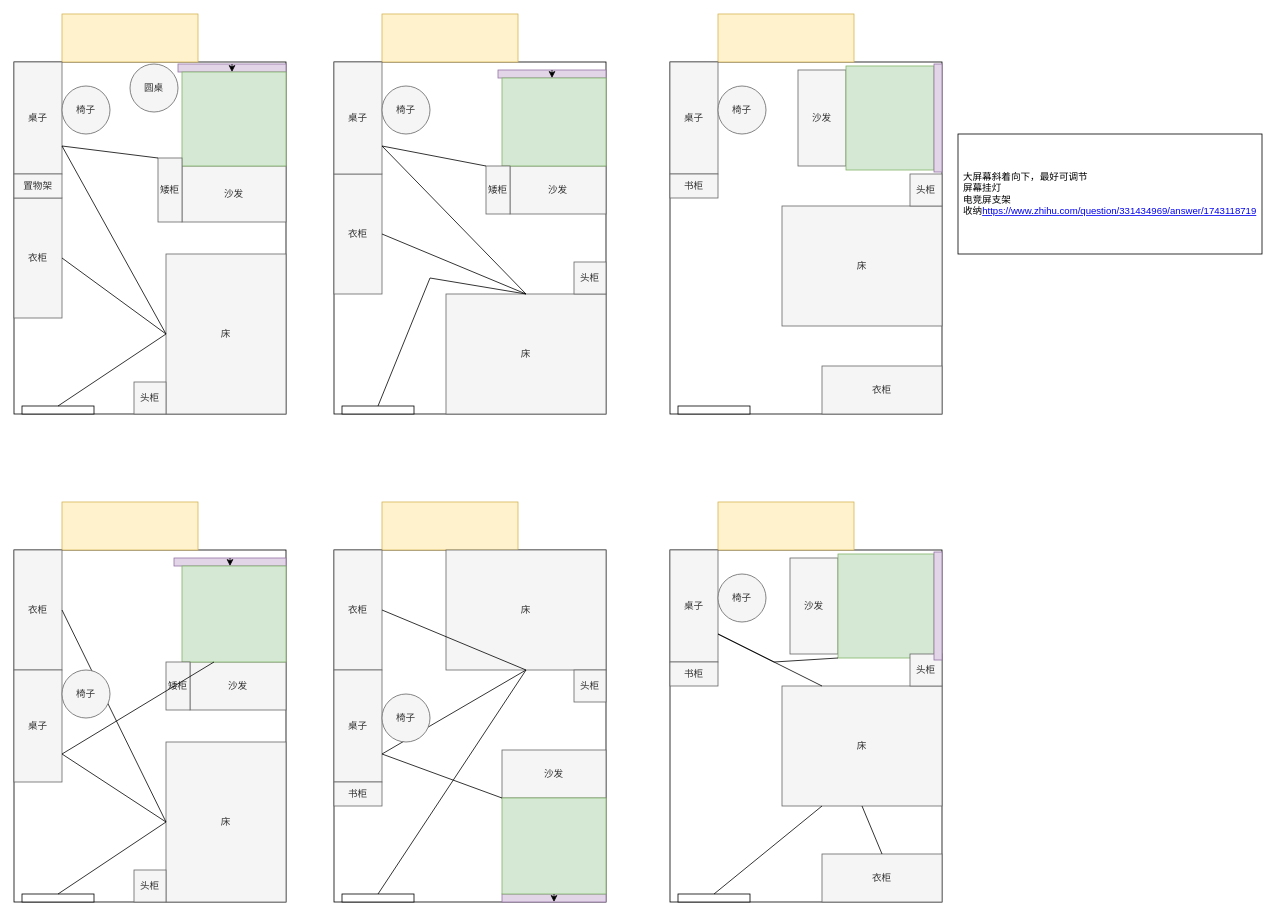
Earlier version of the draw.io diagram Untitled Diagram.drawio (Rightglow/easy_timer). Source tidied: cells renumbered, new cells numbered last; positions are measured from the earlier drawing's top-left corner, leaving out a move shared by most shapes. Both pictures are drawn from the tidied source at 80%, with x=0, y=0 at pixel (14, 14).
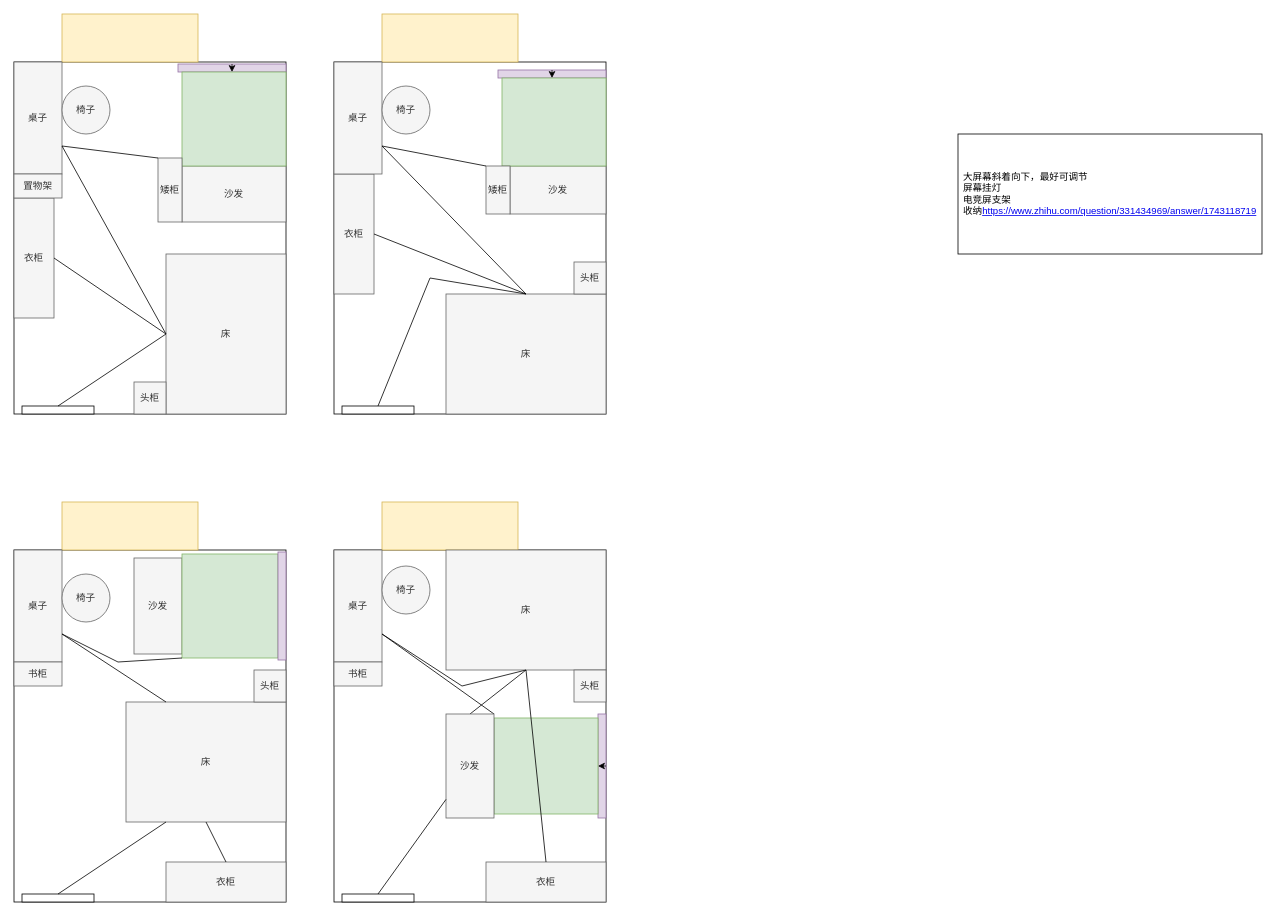
The same diagram, later.

The change refers to these unchanged cells:
```xml
<mxCell id="57" style="rounded=0;whiteSpace=wrap;html=1;" parent="1" vertex="1">
  <mxGeometry x="410" y="1100" width="90" height="10" as="geometry" />
</mxCell>
```

Change to the diagram source:
```diff
@@
     <mxCell id="4" value="衣柜" style="rounded=0;whiteSpace=wrap;html=1;fillColor=#f5f5f5;fontColor=#333333;strokeColor=#666666;direction=west;" parent="1" vertex="1">
-      <mxGeometry y="230" width="60" height="150" as="geometry" />
+      <mxGeometry y="230" width="50" height="150" as="geometry" />
     </mxCell>
@@
     <mxCell id="21" value="衣柜" style="rounded=0;whiteSpace=wrap;html=1;fillColor=#f5f5f5;fontColor=#333333;strokeColor=#666666;direction=west;" parent="1" vertex="1">
-      <mxGeometry x="400" y="200" width="60" height="150" as="geometry" />
+      <mxGeometry x="400" y="200" width="50" height="150" as="geometry" />
     </mxCell>
@@
-    <mxCell id="36" style="rounded=0;whiteSpace=wrap;html=1;" parent="1" vertex="1">
-      <mxGeometry y="670" width="340" height="440" as="geometry" />
-    </mxCell>
-    <mxCell id="37" style="rounded=0;whiteSpace=wrap;html=1;fillColor=#fff2cc;strokeColor=#d6b656;" parent="1" vertex="1">
-      <mxGeometry x="60" y="610" width="170" height="60" as="geometry" />
-    </mxCell>
-    <mxCell id="38" value="衣柜" style="rounded=0;whiteSpace=wrap;html=1;fillColor=#f5f5f5;fontColor=#333333;strokeColor=#666666;direction=west;" parent="1" vertex="1">
-      <mxGeometry y="670" width="60" height="150" as="geometry" />
-    </mxCell>
-    <mxCell id="39" value="床" style="rounded=0;whiteSpace=wrap;html=1;fillColor=#f5f5f5;fontColor=#333333;strokeColor=#666666;direction=north;" parent="1" vertex="1">
-      <mxGeometry x="190" y="910" width="150" height="200" as="geometry" />
-    </mxCell>
-    <mxCell id="40" style="rounded=0;whiteSpace=wrap;html=1;" parent="1" vertex="1">
-      <mxGeometry x="10" y="1100" width="90" height="10" as="geometry" />
-    </mxCell>
-    <mxCell id="41" value="桌子" style="rounded=0;whiteSpace=wrap;html=1;fillColor=#f5f5f5;fontColor=#333333;strokeColor=#666666;direction=south;" parent="1" vertex="1">
-      <mxGeometry y="820" width="60" height="140" as="geometry" />
-    </mxCell>
-    <mxCell id="42" value="头柜" style="rounded=0;whiteSpace=wrap;html=1;fillColor=#f5f5f5;fontColor=#333333;strokeColor=#666666;" parent="1" vertex="1">
-      <mxGeometry x="150" y="1070" width="40" height="40" as="geometry" />
-    </mxCell>
-    <mxCell id="43" style="rounded=0;whiteSpace=wrap;html=1;fillColor=#e1d5e7;strokeColor=#9673a6;direction=north;" parent="1" vertex="1">
-      <mxGeometry x="200" y="680" width="140" height="10" as="geometry" />
-    </mxCell>
-    <mxCell id="44" value="沙发" style="rounded=0;whiteSpace=wrap;html=1;fillColor=#f5f5f5;fontColor=#333333;strokeColor=#666666;direction=south;" parent="1" vertex="1">
-      <mxGeometry x="220" y="810" width="120" height="60" as="geometry" />
-    </mxCell>
-    <mxCell id="45" style="rounded=0;whiteSpace=wrap;html=1;fillColor=#d5e8d4;strokeColor=#82b366;" parent="1" vertex="1">
-      <mxGeometry x="210" y="690" width="130" height="120" as="geometry" />
-    </mxCell>
-    <mxCell id="46" style="edgeStyle=orthogonalEdgeStyle;rounded=0;orthogonalLoop=1;jettySize=auto;html=1;exitX=1;exitY=0.5;exitDx=0;exitDy=0;entryX=0;entryY=0.5;entryDx=0;entryDy=0;" parent="1" edge="1" source="43" target="43">
-      <mxGeometry relative="1" as="geometry" />
-    </mxCell>
-    <mxCell id="47" style="endArrow=none;html=1;rounded=0;entryX=0.5;entryY=0;entryDx=0;entryDy=0;exitX=0.5;exitY=0;exitDx=0;exitDy=0;" parent="1" edge="1" source="40" target="39">
-      <mxGeometry relative="1" as="geometry" />
-    </mxCell>
-    <mxCell id="48" style="endArrow=none;html=1;rounded=0;exitX=0;exitY=0.5;exitDx=0;exitDy=0;entryX=0.5;entryY=0;entryDx=0;entryDy=0;" parent="1" edge="1" source="38" target="39">
-      <mxGeometry relative="1" as="geometry" />
-    </mxCell>
-    <mxCell id="49" style="endArrow=none;html=1;rounded=0;exitX=0.75;exitY=0;exitDx=0;exitDy=0;entryX=0.5;entryY=0;entryDx=0;entryDy=0;" parent="1" edge="1" source="41" target="39">
-      <mxGeometry relative="1" as="geometry" />
-    </mxCell>
-    <mxCell id="50" value="椅子" style="ellipse;whiteSpace=wrap;html=1;fillColor=#f5f5f5;fontColor=#333333;strokeColor=#666666;" parent="1" vertex="1">
-      <mxGeometry x="60" y="820" width="60" height="60" as="geometry" />
-    </mxCell>
-    <mxCell id="51" value="矮柜" style="rounded=0;whiteSpace=wrap;html=1;fillColor=#f5f5f5;fontColor=#333333;strokeColor=#666666;direction=south;" parent="1" vertex="1">
-      <mxGeometry x="190" y="810" width="30" height="60" as="geometry" />
-    </mxCell>
-    <mxCell id="52" style="endArrow=none;html=1;rounded=0;exitX=0.75;exitY=0;exitDx=0;exitDy=0;entryX=0;entryY=0.75;entryDx=0;entryDy=0;" parent="1" edge="1" source="41" target="44">
-      <mxGeometry relative="1" as="geometry" />
-    </mxCell>
@@
-    <mxCell id="55" value="衣柜" style="rounded=0;whiteSpace=wrap;html=1;fillColor=#f5f5f5;fontColor=#333333;strokeColor=#666666;direction=west;" parent="1" vertex="1">
-      <mxGeometry x="400" y="670" width="60" height="150" as="geometry" />
+    <mxCell id="55" value="衣柜" style="rounded=0;whiteSpace=wrap;html=1;fillColor=#f5f5f5;fontColor=#333333;strokeColor=#666666;direction=south;" parent="1" vertex="1">
+      <mxGeometry x="590" y="1060" width="150" height="50" as="geometry" />
     </mxCell>
@@
     <mxCell id="58" value="桌子" style="rounded=0;whiteSpace=wrap;html=1;fillColor=#f5f5f5;fontColor=#333333;strokeColor=#666666;direction=south;" parent="1" vertex="1">
-      <mxGeometry x="400" y="820" width="60" height="140" as="geometry" />
+      <mxGeometry x="400" y="670" width="60" height="140" as="geometry" />
     </mxCell>
@@
-    <mxCell id="60" style="rounded=0;whiteSpace=wrap;html=1;fillColor=#e1d5e7;strokeColor=#9673a6;direction=north;" parent="1" vertex="1">
-      <mxGeometry x="610" y="1100" width="130" height="10" as="geometry" />
+    <mxCell id="60" style="rounded=0;whiteSpace=wrap;html=1;fillColor=#e1d5e7;strokeColor=#9673a6;direction=east;" parent="1" vertex="1">
+      <mxGeometry x="730" y="875" width="10" height="130" as="geometry" />
     </mxCell>
-    <mxCell id="61" value="沙发" style="rounded=0;whiteSpace=wrap;html=1;fillColor=#f5f5f5;fontColor=#333333;strokeColor=#666666;direction=south;" parent="1" vertex="1">
-      <mxGeometry x="610" y="920" width="130" height="60" as="geometry" />
-    </mxCell>
     <mxCell id="62" style="rounded=0;whiteSpace=wrap;html=1;fillColor=#d5e8d4;strokeColor=#82b366;" parent="1" vertex="1">
-      <mxGeometry x="610" y="980" width="130" height="120" as="geometry" />
+      <mxGeometry x="600" y="880" width="130" height="120" as="geometry" />
     </mxCell>
@@
-    <mxCell id="64" style="endArrow=none;html=1;rounded=0;exitX=0.5;exitY=0;exitDx=0;exitDy=0;" parent="1" edge="1" source="57">
+    <mxCell id="64" style="endArrow=none;html=1;rounded=0;exitX=0.5;exitY=0;exitDx=0;exitDy=0;startArrow=none;" parent="1" edge="1" source="61">
       <mxGeometry relative="1" as="geometry">
         <mxPoint x="640" y="820" as="targetPoint" />
       </mxGeometry>
     </mxCell>
@@
     <mxCell id="66" style="endArrow=none;html=1;rounded=0;exitX=0.75;exitY=0;exitDx=0;exitDy=0;" parent="1" edge="1" source="58">
       <mxGeometry relative="1" as="geometry">
         <mxPoint x="640" y="820" as="targetPoint" />
+        <Array as="points">
+          <mxPoint x="560" y="840" />
+        </Array>
       </mxGeometry>
     </mxCell>
     <mxCell id="67" value="椅子" style="ellipse;whiteSpace=wrap;html=1;fillColor=#f5f5f5;fontColor=#333333;strokeColor=#666666;" parent="1" vertex="1">
-      <mxGeometry x="460" y="850" width="60" height="60" as="geometry" />
+      <mxGeometry x="460" y="690" width="60" height="60" as="geometry" />
     </mxCell>
     <mxCell id="68" value="书柜" style="rounded=0;whiteSpace=wrap;html=1;fillColor=#f5f5f5;fontColor=#333333;strokeColor=#666666;direction=west;" parent="1" vertex="1">
-      <mxGeometry x="400" y="960" width="60" height="30" as="geometry" />
+      <mxGeometry x="400" y="810" width="60" height="30" as="geometry" />
     </mxCell>
-    <mxCell id="69" style="endArrow=none;html=1;rounded=0;exitX=0.75;exitY=0;exitDx=0;exitDy=0;entryX=1;entryY=1;entryDx=0;entryDy=0;" parent="1" edge="1" source="58" target="61">
+    <mxCell id="69" style="endArrow=none;html=1;rounded=0;exitX=0.75;exitY=0;exitDx=0;exitDy=0;entryX=1;entryY=0;entryDx=0;entryDy=0;" parent="1" edge="1" source="58" target="61">
       <mxGeometry relative="1" as="geometry" />
     </mxCell>
     <mxCell id="70" style="rounded=0;whiteSpace=wrap;html=1;" parent="1" vertex="1">
-      <mxGeometry x="820" y="670" width="340" height="440" as="geometry" />
+      <mxGeometry y="670" width="340" height="440" as="geometry" />
     </mxCell>
     <mxCell id="71" style="rounded=0;whiteSpace=wrap;html=1;fillColor=#fff2cc;strokeColor=#d6b656;" parent="1" vertex="1">
-      <mxGeometry x="880" y="610" width="170" height="60" as="geometry" />
+      <mxGeometry x="60" y="610" width="170" height="60" as="geometry" />
     </mxCell>
     <mxCell id="72" value="衣柜" style="rounded=0;whiteSpace=wrap;html=1;fillColor=#f5f5f5;fontColor=#333333;strokeColor=#666666;direction=north;" parent="1" vertex="1">
-      <mxGeometry x="1010" y="1050" width="150" height="60" as="geometry" />
+      <mxGeometry x="190" y="1060" width="150" height="50" as="geometry" />
     </mxCell>
     <mxCell id="73" value="床" style="rounded=0;whiteSpace=wrap;html=1;fillColor=#f5f5f5;fontColor=#333333;strokeColor=#666666;direction=east;" parent="1" vertex="1">
-      <mxGeometry x="960" y="840" width="200" height="150" as="geometry" />
+      <mxGeometry x="140" y="860" width="200" height="150" as="geometry" />
     </mxCell>
     <mxCell id="74" style="rounded=0;whiteSpace=wrap;html=1;" parent="1" vertex="1">
-      <mxGeometry x="830" y="1100" width="90" height="10" as="geometry" />
+      <mxGeometry x="10" y="1100" width="90" height="10" as="geometry" />
     </mxCell>
     <mxCell id="75" value="桌子" style="rounded=0;whiteSpace=wrap;html=1;fillColor=#f5f5f5;fontColor=#333333;strokeColor=#666666;direction=south;" parent="1" vertex="1">
-      <mxGeometry x="820" y="670" width="60" height="140" as="geometry" />
+      <mxGeometry y="670" width="60" height="140" as="geometry" />
     </mxCell>
     <mxCell id="76" value="沙发" style="rounded=0;whiteSpace=wrap;html=1;fillColor=#f5f5f5;fontColor=#333333;strokeColor=#666666;direction=west;" parent="1" vertex="1">
-      <mxGeometry x="970" y="680" width="60" height="120" as="geometry" />
+      <mxGeometry x="150" y="680" width="60" height="120" as="geometry" />
     </mxCell>
     <mxCell id="77" style="rounded=0;whiteSpace=wrap;html=1;fillColor=#d5e8d4;strokeColor=#82b366;direction=south;" parent="1" vertex="1">
-      <mxGeometry x="1030" y="675" width="120" height="130" as="geometry" />
+      <mxGeometry x="210" y="675" width="120" height="130" as="geometry" />
     </mxCell>
@@
     <mxCell id="79" value="椅子" style="ellipse;whiteSpace=wrap;html=1;fillColor=#f5f5f5;fontColor=#333333;strokeColor=#666666;" parent="1" vertex="1">
-      <mxGeometry x="880" y="700" width="60" height="60" as="geometry" />
+      <mxGeometry x="60" y="700" width="60" height="60" as="geometry" />
     </mxCell>
     <mxCell id="80" value="书柜" style="rounded=0;whiteSpace=wrap;html=1;fillColor=#f5f5f5;fontColor=#333333;strokeColor=#666666;direction=west;" parent="1" vertex="1">
-      <mxGeometry x="820" y="810" width="60" height="30" as="geometry" />
+      <mxGeometry y="810" width="60" height="30" as="geometry" />
     </mxCell>
     <mxCell id="81" value="头柜" style="rounded=0;whiteSpace=wrap;html=1;fillColor=#f5f5f5;fontColor=#333333;strokeColor=#666666;" parent="1" vertex="1">
-      <mxGeometry x="1120" y="800" width="40" height="40" as="geometry" />
+      <mxGeometry x="300" y="820" width="40" height="40" as="geometry" />
     </mxCell>
     <mxCell id="82" style="rounded=0;whiteSpace=wrap;html=1;fillColor=#e1d5e7;strokeColor=#9673a6;direction=east;" parent="1" vertex="1">
-      <mxGeometry x="1150" y="672.5" width="10" height="135" as="geometry" />
+      <mxGeometry x="330" y="672.5" width="10" height="135" as="geometry" />
     </mxCell>
-    <mxCell id="83" style="rounded=0;whiteSpace=wrap;html=1;" parent="1" vertex="1">
-      <mxGeometry x="820" y="60" width="340" height="440" as="geometry" />
-    </mxCell>
-    <mxCell id="84" style="rounded=0;whiteSpace=wrap;html=1;fillColor=#fff2cc;strokeColor=#d6b656;" parent="1" vertex="1">
-      <mxGeometry x="880" width="170" height="60" as="geometry" />
-    </mxCell>
-    <mxCell id="85" value="衣柜" style="rounded=0;whiteSpace=wrap;html=1;fillColor=#f5f5f5;fontColor=#333333;strokeColor=#666666;direction=north;" parent="1" vertex="1">
-      <mxGeometry x="1010" y="440" width="150" height="60" as="geometry" />
-    </mxCell>
-    <mxCell id="86" value="床" style="rounded=0;whiteSpace=wrap;html=1;fillColor=#f5f5f5;fontColor=#333333;strokeColor=#666666;direction=east;" parent="1" vertex="1">
-      <mxGeometry x="960" y="240" width="200" height="150" as="geometry" />
-    </mxCell>
-    <mxCell id="87" style="rounded=0;whiteSpace=wrap;html=1;" parent="1" vertex="1">
-      <mxGeometry x="830" y="490" width="90" height="10" as="geometry" />
-    </mxCell>
-    <mxCell id="88" value="桌子" style="rounded=0;whiteSpace=wrap;html=1;fillColor=#f5f5f5;fontColor=#333333;strokeColor=#666666;direction=south;" parent="1" vertex="1">
-      <mxGeometry x="820" y="60" width="60" height="140" as="geometry" />
-    </mxCell>
-    <mxCell id="89" value="沙发" style="rounded=0;whiteSpace=wrap;html=1;fillColor=#f5f5f5;fontColor=#333333;strokeColor=#666666;direction=west;" parent="1" vertex="1">
-      <mxGeometry x="980" y="70" width="60" height="120" as="geometry" />
-    </mxCell>
-    <mxCell id="90" style="rounded=0;whiteSpace=wrap;html=1;fillColor=#d5e8d4;strokeColor=#82b366;direction=south;" parent="1" vertex="1">
-      <mxGeometry x="1040" y="65" width="110" height="130" as="geometry" />
-    </mxCell>
-    <mxCell id="91" style="edgeStyle=orthogonalEdgeStyle;rounded=0;orthogonalLoop=1;jettySize=auto;html=1;exitX=1;exitY=0.5;exitDx=0;exitDy=0;entryX=0;entryY=0.5;entryDx=0;entryDy=0;" parent="1" edge="1" source="95" target="95">
-      <mxGeometry relative="1" as="geometry" />
-    </mxCell>
-    <mxCell id="92" value="椅子" style="ellipse;whiteSpace=wrap;html=1;fillColor=#f5f5f5;fontColor=#333333;strokeColor=#666666;" parent="1" vertex="1">
-      <mxGeometry x="880" y="90" width="60" height="60" as="geometry" />
-    </mxCell>
-    <mxCell id="93" value="书柜" style="rounded=0;whiteSpace=wrap;html=1;fillColor=#f5f5f5;fontColor=#333333;strokeColor=#666666;direction=west;" parent="1" vertex="1">
-      <mxGeometry x="820" y="200" width="60" height="30" as="geometry" />
-    </mxCell>
-    <mxCell id="94" value="头柜" style="rounded=0;whiteSpace=wrap;html=1;fillColor=#f5f5f5;fontColor=#333333;strokeColor=#666666;" parent="1" vertex="1">
-      <mxGeometry x="1120" y="200" width="40" height="40" as="geometry" />
-    </mxCell>
-    <mxCell id="95" style="rounded=0;whiteSpace=wrap;html=1;fillColor=#e1d5e7;strokeColor=#9673a6;direction=east;" parent="1" vertex="1">
-      <mxGeometry x="1150" y="62.5" width="10" height="135" as="geometry" />
-    </mxCell>
@@
     <mxCell id="99" style="endArrow=none;html=1;rounded=0;entryX=0.75;entryY=0;entryDx=0;entryDy=0;exitX=1;exitY=1;exitDx=0;exitDy=0;" parent="1" edge="1" source="77" target="75">
       <mxGeometry relative="1" as="geometry">
         <Array as="points">
-          <mxPoint x="950" y="810" />
+          <mxPoint x="130" y="810" />
         </Array>
       </mxGeometry>
     </mxCell>
@@
-    <mxCell id="101" value="圆桌" style="ellipse;whiteSpace=wrap;html=1;fillColor=#f5f5f5;fontColor=#333333;strokeColor=#666666;" parent="1" vertex="1">
-      <mxGeometry x="145" y="62.5" width="60" height="60" as="geometry" />
-    </mxCell>
@@
+    <mxCell id="61" value="沙发" style="rounded=0;whiteSpace=wrap;html=1;fillColor=#f5f5f5;fontColor=#333333;strokeColor=#666666;direction=east;" parent="1" vertex="1">
+      <mxGeometry x="540" y="875" width="60" height="130" as="geometry" />
+    </mxCell>
+    <mxCell id="103" style="endArrow=none;html=1;rounded=0;exitX=0.5;exitY=0;exitDx=0;exitDy=0;" parent="1" edge="1" source="57" target="61">
+      <mxGeometry relative="1" as="geometry" />
+    </mxCell>
```
